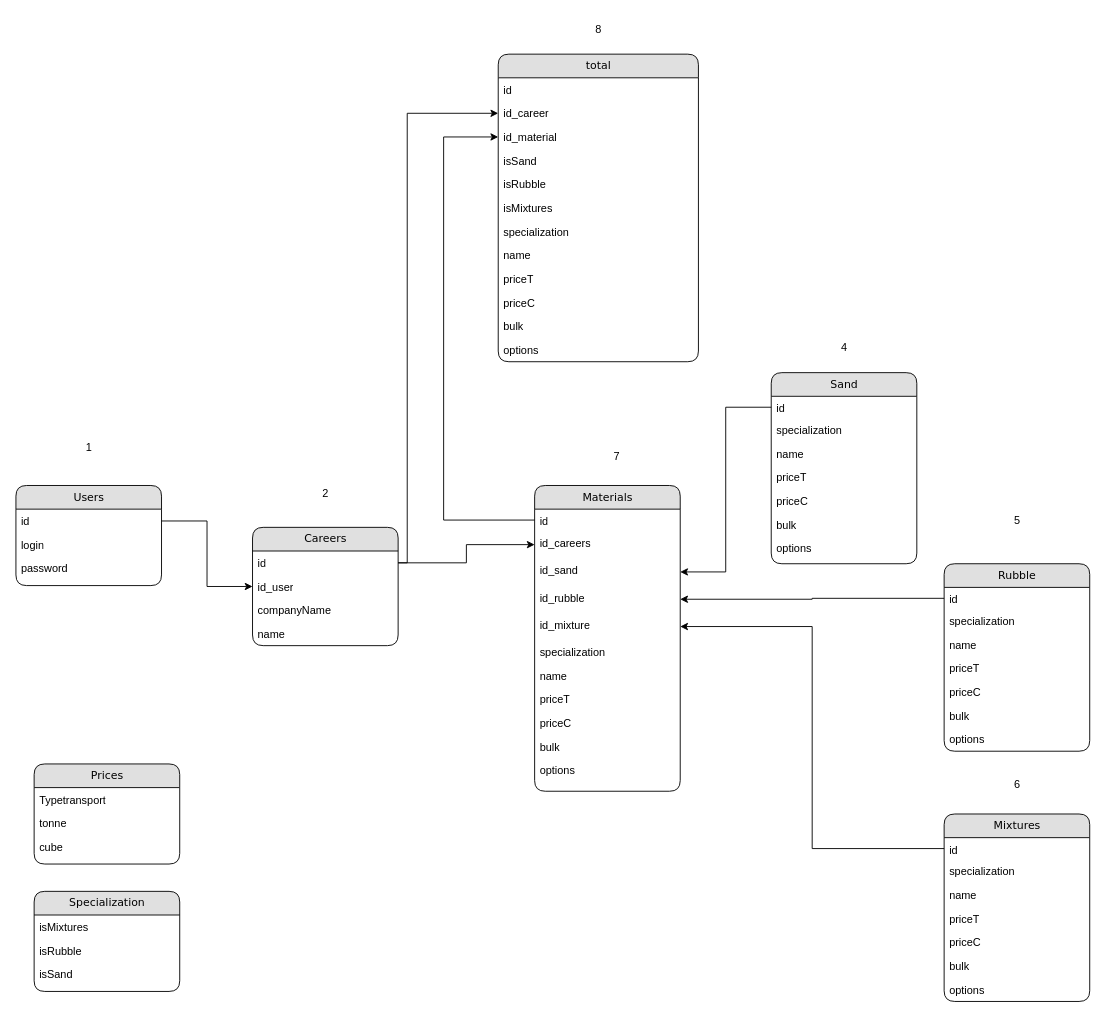
Mashiba113/ForSpectr keeps this draw.io diagram as spectrBD.drawio. Above is the earlier version. Source tidied: cells renumbered, new cells numbered last; positions are measured from the earlier drawing's top-left corner, leaving out a move shared by most shapes. Both pictures are drawn from the tidied source at 91%, with x=0, y=0 at pixel (15, 15).
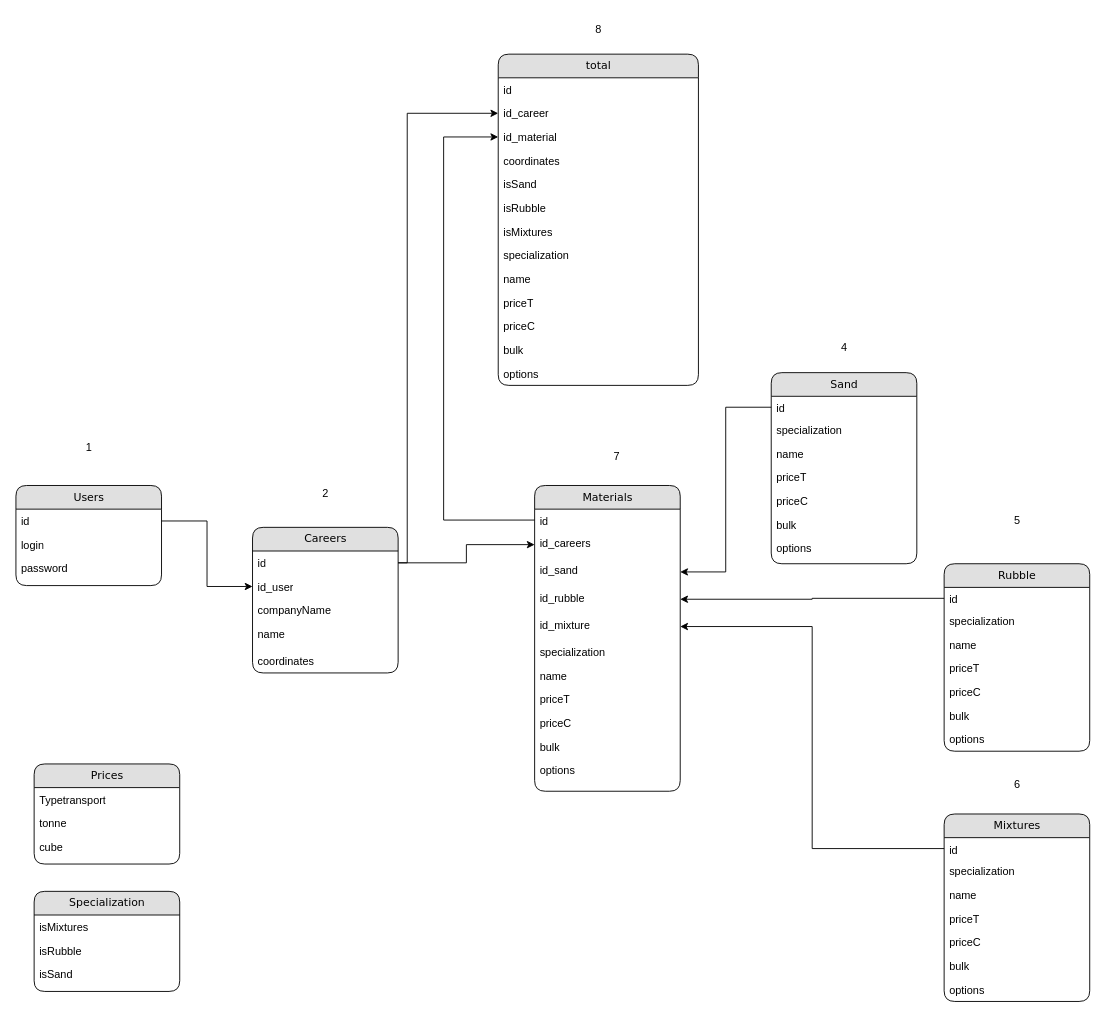
The same diagram, later.

Change to the diagram source:
```diff
@@
     <mxCell id="2" value="Careers" style="swimlane;html=1;fontStyle=0;horizontal=1;startSize=26;fillColor=#e0e0e0;swimlaneFillColor=#ffffff;align=center;rounded=1;shadow=0;comic=0;labelBackgroundColor=none;strokeWidth=1;fontFamily=Verdana;fontSize=12;" parent="1" vertex="1">
-      <mxGeometry x="260" y="562" width="160" height="130" as="geometry" />
+      <mxGeometry x="260" y="562" width="160" height="160" as="geometry" />
     </mxCell>
@@
     <mxCell id="6" value="name" style="text;html=1;strokeColor=none;fillColor=none;spacingLeft=4;spacingRight=4;whiteSpace=wrap;overflow=hidden;" parent="2" vertex="1">
-      <mxGeometry y="104" width="160" height="26" as="geometry" />
+      <mxGeometry y="104" width="160" height="30" as="geometry" />
     </mxCell>
+    <mxCell id="82" value="coordinates" style="text;html=1;strokeColor=none;fillColor=none;spacingLeft=4;spacingRight=4;whiteSpace=wrap;overflow=hidden;" parent="2" vertex="1">
+      <mxGeometry y="134" width="160" height="26" as="geometry" />
+    </mxCell>
@@
     <mxCell id="44" value="total" style="swimlane;html=1;fontStyle=0;horizontal=1;startSize=26;fillColor=#e0e0e0;swimlaneFillColor=#ffffff;align=center;rounded=1;shadow=0;comic=0;labelBackgroundColor=none;strokeWidth=1;fontFamily=Verdana;fontSize=12;" parent="1" vertex="1">
-      <mxGeometry x="530" y="42" width="220" height="338" as="geometry" />
+      <mxGeometry x="530" y="42" width="220" height="364" as="geometry" />
     </mxCell>
@@
+    <mxCell id="83" value="coordinates" style="text;html=1;strokeColor=none;fillColor=none;spacingLeft=4;spacingRight=4;whiteSpace=wrap;overflow=hidden;" parent="44" vertex="1">
+      <mxGeometry y="104" width="220" height="26" as="geometry" />
+    </mxCell>
     <mxCell id="48" value="isSand" style="text;html=1;strokeColor=none;fillColor=none;spacingLeft=4;spacingRight=4;whiteSpace=wrap;overflow=hidden;" parent="44" vertex="1">
-      <mxGeometry y="104" width="220" height="26" as="geometry" />
+      <mxGeometry y="130" width="220" height="26" as="geometry" />
     </mxCell>
     <mxCell id="49" value="isRubble" style="text;html=1;strokeColor=none;fillColor=none;spacingLeft=4;spacingRight=4;whiteSpace=wrap;overflow=hidden;" parent="44" vertex="1">
-      <mxGeometry y="130" width="220" height="26" as="geometry" />
+      <mxGeometry y="156" width="220" height="26" as="geometry" />
     </mxCell>
     <mxCell id="50" value="isMixtures" style="text;html=1;strokeColor=none;fillColor=none;spacingLeft=4;spacingRight=4;whiteSpace=wrap;overflow=hidden;" parent="44" vertex="1">
-      <mxGeometry y="156" width="220" height="26" as="geometry" />
+      <mxGeometry y="182" width="220" height="26" as="geometry" />
     </mxCell>
     <mxCell id="51" value="specialization" style="text;html=1;strokeColor=none;fillColor=none;spacingLeft=4;spacingRight=4;whiteSpace=wrap;overflow=hidden;" parent="44" vertex="1">
-      <mxGeometry y="182" width="220" height="26" as="geometry" />
+      <mxGeometry y="208" width="220" height="26" as="geometry" />
     </mxCell>
     <mxCell id="52" value="name" style="text;html=1;strokeColor=none;fillColor=none;spacingLeft=4;spacingRight=4;whiteSpace=wrap;overflow=hidden;" parent="44" vertex="1">
-      <mxGeometry y="208" width="220" height="26" as="geometry" />
+      <mxGeometry y="234" width="220" height="26" as="geometry" />
     </mxCell>
     <mxCell id="53" value="priceT" style="text;html=1;strokeColor=none;fillColor=none;spacingLeft=4;spacingRight=4;whiteSpace=wrap;overflow=hidden;" parent="44" vertex="1">
-      <mxGeometry y="234" width="220" height="26" as="geometry" />
+      <mxGeometry y="260" width="220" height="26" as="geometry" />
     </mxCell>
     <mxCell id="54" value="priceC" style="text;html=1;strokeColor=none;fillColor=none;spacingLeft=4;spacingRight=4;whiteSpace=wrap;overflow=hidden;" parent="44" vertex="1">
-      <mxGeometry y="260" width="220" height="26" as="geometry" />
+      <mxGeometry y="286" width="220" height="26" as="geometry" />
     </mxCell>
     <mxCell id="55" value="bulk" style="text;html=1;strokeColor=none;fillColor=none;spacingLeft=4;spacingRight=4;whiteSpace=wrap;overflow=hidden;" parent="44" vertex="1">
-      <mxGeometry y="286" width="220" height="26" as="geometry" />
+      <mxGeometry y="312" width="220" height="26" as="geometry" />
     </mxCell>
     <mxCell id="56" value="options" style="text;html=1;strokeColor=none;fillColor=none;spacingLeft=4;spacingRight=4;whiteSpace=wrap;overflow=hidden;" parent="44" vertex="1">
-      <mxGeometry y="312" width="220" height="26" as="geometry" />
+      <mxGeometry y="338" width="220" height="26" as="geometry" />
     </mxCell>
```
